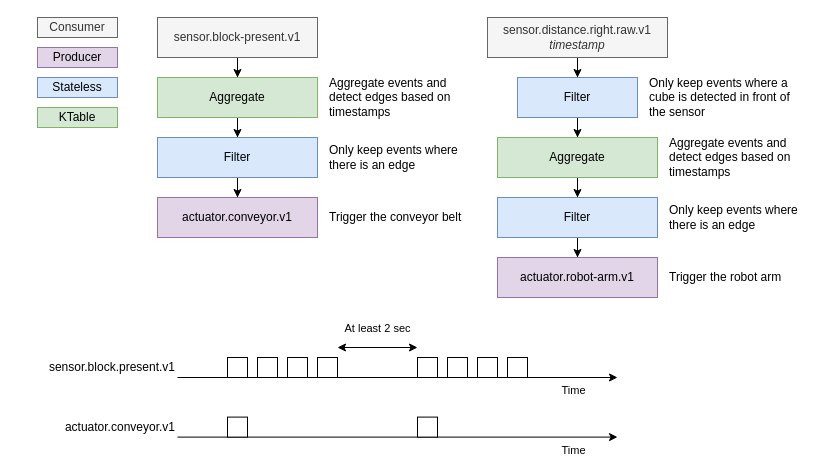
ielpo/edpo-project-group1 keeps this draw.io diagram as page "MoveBlockTopology" (3 of 6) of doc/images/graphs/kafka-streaming-topology.drawio. Above is the earlier version. Source tidied: cells renumbered, new cells numbered last; positions are measured from the earlier drawing's top-left corner, leaving out a move shared by most shapes. Both pictures are drawn from the tidied source at 100%, with x=0, y=0 at pixel (17, 17).
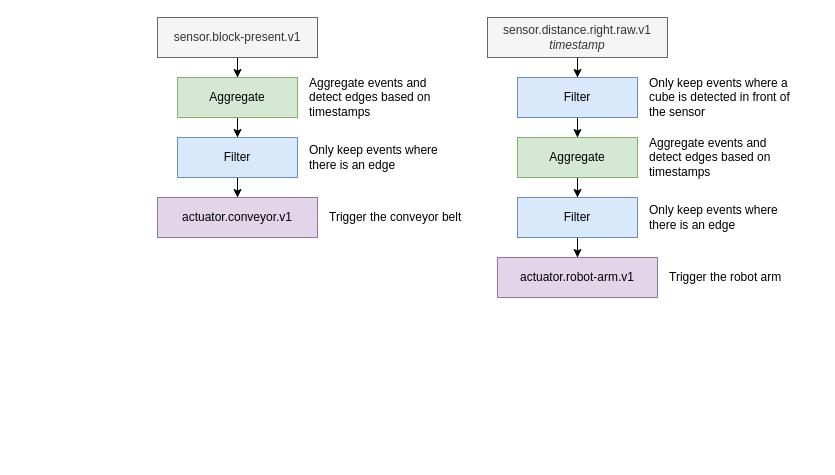
The same page after the edit.

Change to the diagram source:
```diff
@@
     <mxCell id="5" value="Aggregate" style="whiteSpace=wrap;html=1;fillColor=#d5e8d4;strokeColor=#82b366;" parent="1" vertex="1">
-      <mxGeometry x="140" y="60" width="160" height="40" as="geometry" />
+      <mxGeometry x="160" y="60" width="120" height="40" as="geometry" />
     </mxCell>
-    <mxCell id="6" value="Time" style="endArrow=classic;html=1;rounded=0;verticalAlign=top;" parent="1" edge="1">
-      <mxGeometry x="0.8" relative="1" as="geometry">
-        <mxPoint x="160" y="360" as="sourcePoint" />
-        <mxPoint x="600" y="360" as="targetPoint" />
-      </mxGeometry>
-    </mxCell>
-    <mxCell id="7" style="whiteSpace=wrap;html=1;" parent="1" vertex="1">
-      <mxGeometry x="210" y="340" width="20" height="20" as="geometry" />
-    </mxCell>
-    <mxCell id="8" style="whiteSpace=wrap;html=1;" parent="1" vertex="1">
-      <mxGeometry x="240" y="340" width="20" height="20" as="geometry" />
-    </mxCell>
-    <mxCell id="9" style="whiteSpace=wrap;html=1;" parent="1" vertex="1">
-      <mxGeometry x="270" y="340" width="20" height="20" as="geometry" />
-    </mxCell>
-    <mxCell id="10" style="whiteSpace=wrap;html=1;" parent="1" vertex="1">
-      <mxGeometry x="300" y="340" width="20" height="20" as="geometry" />
-    </mxCell>
-    <mxCell id="11" style="whiteSpace=wrap;html=1;" parent="1" vertex="1">
-      <mxGeometry x="400" y="340" width="20" height="20" as="geometry" />
-    </mxCell>
-    <mxCell id="12" style="whiteSpace=wrap;html=1;" parent="1" vertex="1">
-      <mxGeometry x="430" y="340" width="20" height="20" as="geometry" />
-    </mxCell>
-    <mxCell id="13" style="whiteSpace=wrap;html=1;" parent="1" vertex="1">
-      <mxGeometry x="460" y="340" width="20" height="20" as="geometry" />
-    </mxCell>
-    <mxCell id="14" style="whiteSpace=wrap;html=1;" parent="1" vertex="1">
-      <mxGeometry x="490" y="340" width="20" height="20" as="geometry" />
-    </mxCell>
-    <mxCell id="15" value="Time" style="endArrow=classic;html=1;rounded=0;verticalAlign=top;" parent="1" edge="1">
-      <mxGeometry x="0.8" relative="1" as="geometry">
-        <mxPoint x="160" y="419.6" as="sourcePoint" />
-        <mxPoint x="600" y="419.6" as="targetPoint" />
-      </mxGeometry>
-    </mxCell>
-    <mxCell id="16" style="whiteSpace=wrap;html=1;" parent="1" vertex="1">
-      <mxGeometry x="210" y="399.6" width="20" height="20" as="geometry" />
-    </mxCell>
-    <mxCell id="17" style="whiteSpace=wrap;html=1;" parent="1" vertex="1">
-      <mxGeometry x="400" y="399.6" width="20" height="20" as="geometry" />
-    </mxCell>
-    <mxCell id="18" value="At least 2 sec" style="endArrow=classic;startArrow=classic;html=1;rounded=0;verticalAlign=bottom;" parent="1" edge="1">
-      <mxGeometry y="10" relative="1" as="geometry">
-        <mxPoint x="320" y="330" as="sourcePoint" />
-        <mxPoint x="400" y="330" as="targetPoint" />
-      </mxGeometry>
-    </mxCell>
-    <mxCell id="19" value="sensor.block.present.v1" style="text;html=1;whiteSpace=wrap;strokeColor=none;fillColor=none;align=right;verticalAlign=middle;rounded=0;" parent="1" vertex="1">
-      <mxGeometry y="340" width="160" height="20" as="geometry" />
-    </mxCell>
-    <mxCell id="20" value="actuator.conveyor.v1" style="text;html=1;whiteSpace=wrap;strokeColor=none;fillColor=none;align=right;verticalAlign=middle;rounded=0;" parent="1" vertex="1">
-      <mxGeometry y="399.6" width="160" height="20" as="geometry" />
-    </mxCell>
@@
     <mxCell id="22" value="Filter" style="whiteSpace=wrap;html=1;fillColor=#dae8fc;strokeColor=#6c8ebf;" parent="1" vertex="1">
-      <mxGeometry x="140" y="120" width="160" height="40" as="geometry" />
+      <mxGeometry x="160" y="120" width="120" height="40" as="geometry" />
     </mxCell>
-    <mxCell id="23" value="&lt;div&gt;&lt;span style=&quot;background-color: transparent; color: light-dark(rgb(0, 0, 0), rgb(255, 255, 255));&quot;&gt;KTable&lt;/span&gt;&lt;/div&gt;" style="whiteSpace=wrap;html=1;fillColor=#d5e8d4;strokeColor=#82b366;" parent="1" vertex="1">
-      <mxGeometry x="20" y="90" width="80" height="20" as="geometry" />
-    </mxCell>
-    <mxCell id="24" value="Consumer" style="whiteSpace=wrap;html=1;fillColor=#f5f5f5;fontColor=#333333;strokeColor=#666666;" parent="1" vertex="1">
-      <mxGeometry x="20" width="80" height="20" as="geometry" />
-    </mxCell>
-    <mxCell id="25" value="Producer" style="whiteSpace=wrap;html=1;fillColor=#e1d5e7;strokeColor=#9673a6;" parent="1" vertex="1">
-      <mxGeometry x="20" y="30" width="80" height="20" as="geometry" />
-    </mxCell>
-    <mxCell id="26" value="Stateless" style="whiteSpace=wrap;html=1;fillColor=#dae8fc;strokeColor=#6c8ebf;" parent="1" vertex="1">
-      <mxGeometry x="20" y="60" width="80" height="20" as="geometry" />
-    </mxCell>
@@
     <mxCell id="31" value="Aggregate events and detect edges based on timestamps" style="text;html=1;whiteSpace=wrap;strokeColor=none;fillColor=none;align=left;verticalAlign=middle;rounded=0;" parent="1" vertex="1">
-      <mxGeometry x="310" y="60" width="150" height="40" as="geometry" />
+      <mxGeometry x="290" y="60" width="150" height="40" as="geometry" />
     </mxCell>
     <mxCell id="32" value="Only keep events where there is an edge" style="text;html=1;whiteSpace=wrap;strokeColor=none;fillColor=none;align=left;verticalAlign=middle;rounded=0;" parent="1" vertex="1">
-      <mxGeometry x="310" y="120" width="150" height="40" as="geometry" />
+      <mxGeometry x="290" y="120" width="150" height="40" as="geometry" />
     </mxCell>
@@
     <mxCell id="37" value="Aggregate" style="whiteSpace=wrap;html=1;fillColor=#d5e8d4;strokeColor=#82b366;" parent="1" vertex="1">
-      <mxGeometry x="480" y="120" width="160" height="40" as="geometry" />
+      <mxGeometry x="500" y="120" width="120" height="40" as="geometry" />
     </mxCell>
     <mxCell id="38" value="Aggregate events and detect edges based on timestamps" style="text;html=1;whiteSpace=wrap;strokeColor=none;fillColor=none;align=left;verticalAlign=middle;rounded=0;" parent="1" vertex="1">
-      <mxGeometry x="650" y="120" width="150" height="40" as="geometry" />
+      <mxGeometry x="630" y="120" width="150" height="40" as="geometry" />
     </mxCell>
     <mxCell id="39" value="Only keep events where there is an edge" style="text;html=1;whiteSpace=wrap;strokeColor=none;fillColor=none;align=left;verticalAlign=middle;rounded=0;" parent="1" vertex="1">
-      <mxGeometry x="650" y="180" width="150" height="40" as="geometry" />
+      <mxGeometry x="630" y="180" width="150" height="40" as="geometry" />
     </mxCell>
@@
     <mxCell id="41" value="Filter" style="whiteSpace=wrap;html=1;fillColor=#dae8fc;strokeColor=#6c8ebf;" parent="1" vertex="1">
-      <mxGeometry x="480" y="180" width="160" height="40" as="geometry" />
+      <mxGeometry x="500" y="180" width="120" height="40" as="geometry" />
     </mxCell>
```
